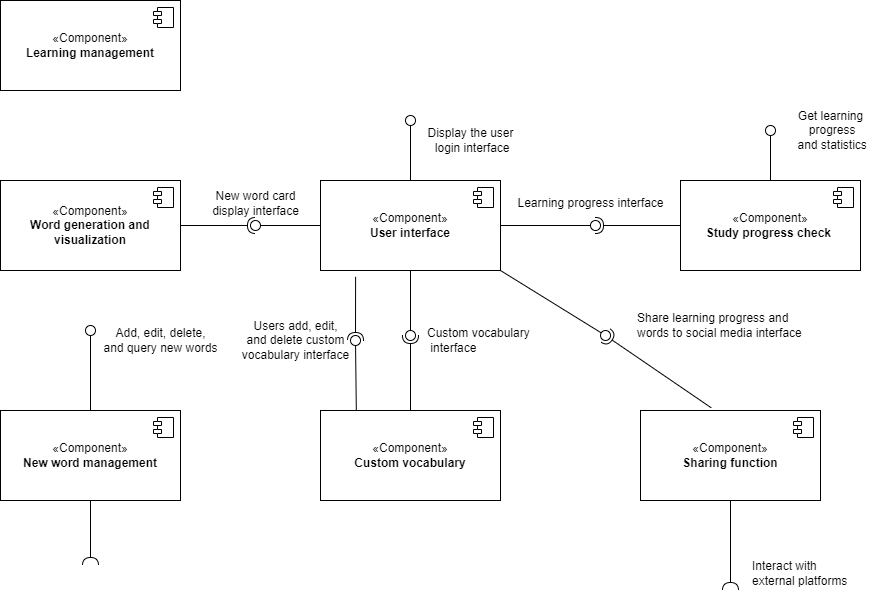
This is component.drawio.png from xiangxiang3451/blog_pictures, a draw.io export, as it was before one commit. Source tidied: cells renumbered, new cells last; positions are measured from the earlier drawing's top-left corner, leaving out a move shared by most shapes.
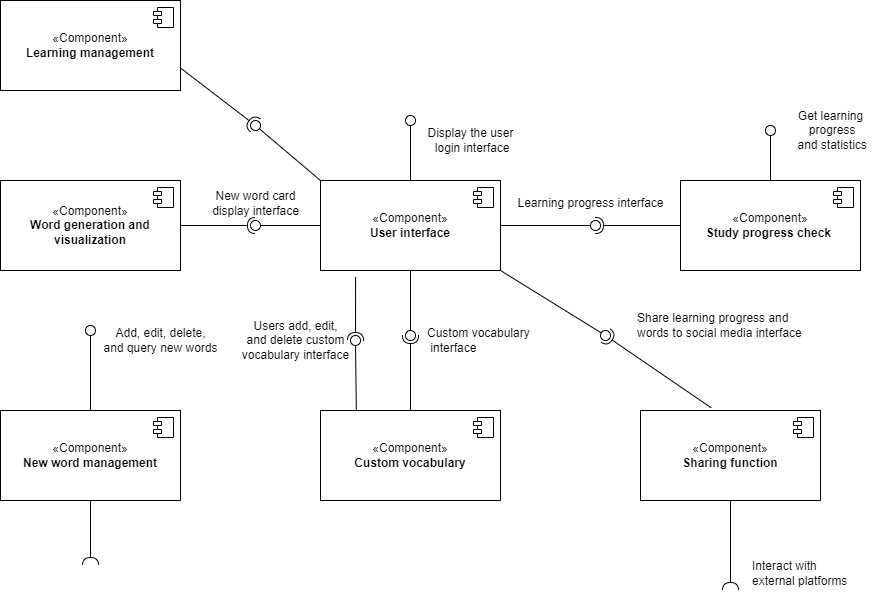
The same diagram one commit later.

Change to the diagram source:
```diff
@@ -171,5 +171,14 @@
     <mxCell id="50" value="Interact with &lt;br&gt;external platforms" style="text;html=1;align=left;verticalAlign=middle;strokeColor=none;fillColor=none;" parent="1" vertex="1">
       <mxGeometry x="750" y="553" width="120" height="40" as="geometry" />
     </mxCell>
+    <mxCell id="51" style="rounded=0;jettySize=auto;html=1;endArrow=halfCircle;endFill=0;endSize=6;strokeWidth=1;sketch=0;exitX=1;exitY=0.75;exitDx=0;exitDy=0;" parent="1" edge="1" source="34" target="53">
+      <mxGeometry relative="1" as="geometry" />
+    </mxCell>
+    <mxCell id="52" style="rounded=0;jettySize=auto;html=1;endArrow=oval;endFill=0;sketch=0;sourcePerimeterSpacing=0;targetPerimeterSpacing=0;endSize=10;exitX=0;exitY=0;exitDx=0;exitDy=0;" parent="1" edge="1" source="2" target="53">
+      <mxGeometry relative="1" as="geometry" />
+    </mxCell>
+    <mxCell id="53" style="ellipse;whiteSpace=wrap;html=1;align=center;fillColor=none;strokeColor=none;perimeter=centerPerimeter;points=[];outlineConnect=1;" parent="1" vertex="1">
+      <mxGeometry x="250" y="120" width="10" height="10" as="geometry" />
+    </mxCell>
   </root>
 </mxGraphModel>
```
